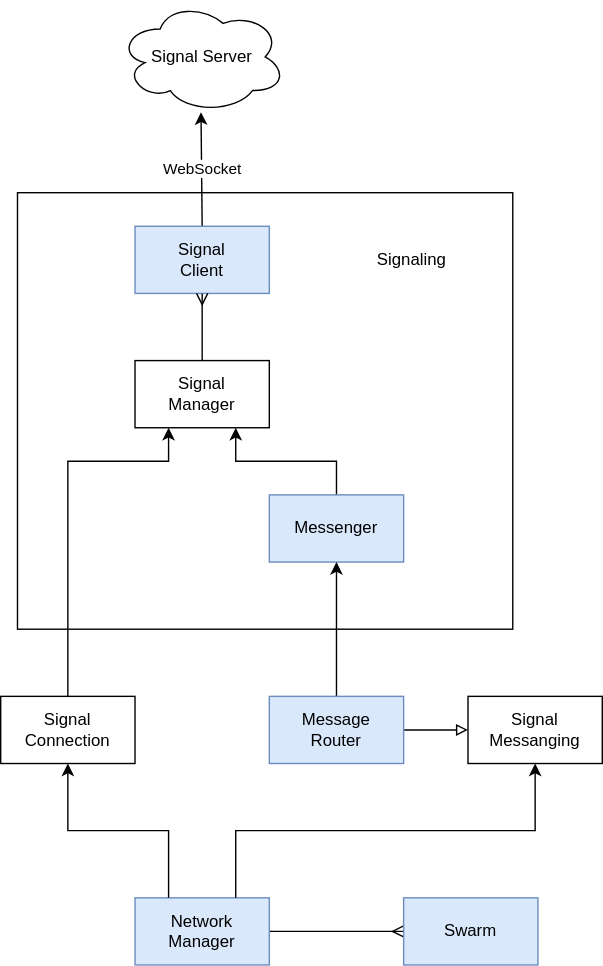
This is docs/design/diagrams/mesh-signaling.drawio.svg from dxos/dxos, a draw.io export, as it was before one commit. Source tidied: cells renumbered, new cells last; positions are measured from the earlier drawing's top-left corner, leaving out a move shared by most shapes.
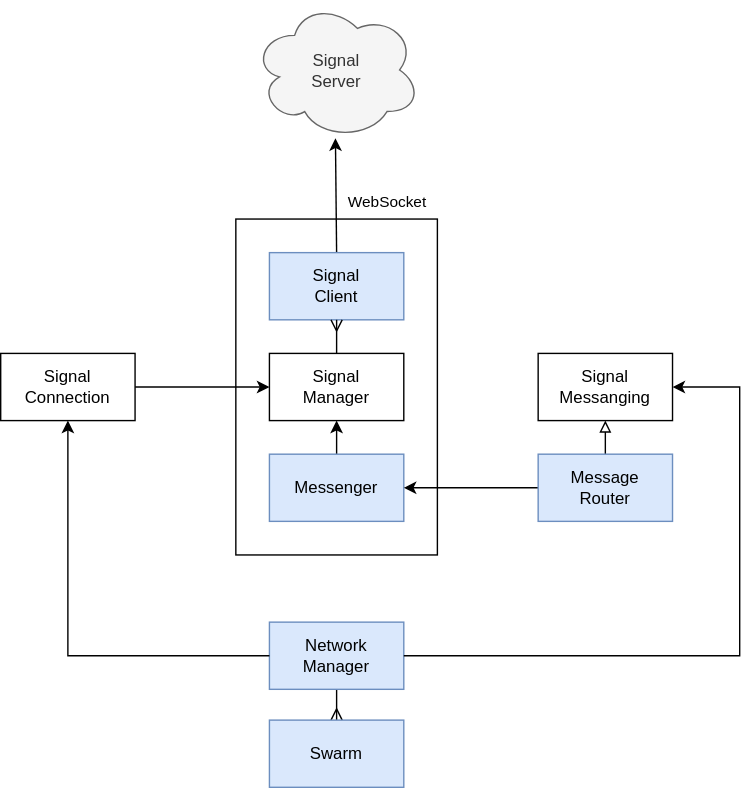
The same diagram one commit later.

What changed in the source:
```diff
@@ -2,17 +2,19 @@
   <root>
     <mxCell id="0" />
     <mxCell id="1" parent="0" />
-    <mxCell id="2" style="edgeStyle=orthogonalEdgeStyle;rounded=0;html=1;exitX=1;exitY=0.5;exitDx=0;exitDy=0;entryX=0;entryY=0.5;entryDx=0;entryDy=0;endArrow=ERmany;endFill=0;" parent="1" edge="1" source="3" target="21">
+    <mxCell id="2" style="edgeStyle=orthogonalEdgeStyle;rounded=0;html=1;endArrow=ERmany;endFill=0;" parent="1" edge="1" source="3" target="21">
       <mxGeometry relative="1" as="geometry" />
     </mxCell>
     <mxCell id="3" value="Network&lt;br&gt;Manager" style="rounded=0;whiteSpace=wrap;html=1;fillColor=#dae8fc;strokeColor=#6c8ebf;" parent="1" vertex="1">
-      <mxGeometry x="96" y="641" width="96" height="48" as="geometry" />
+      <mxGeometry x="96" y="425" width="96" height="48" as="geometry" />
     </mxCell>
     <mxCell id="4" style="rounded=0;whiteSpace=wrap;html=1;" parent="1" vertex="1">
-      <mxGeometry x="12" y="137" width="354" height="312" as="geometry" />
+      <mxGeometry x="72" y="137" width="144" height="240" as="geometry" />
     </mxCell>
     <mxCell id="5" value="WebSocket" style="edgeStyle=none;html=1;exitX=0.5;exitY=0;exitDx=0;exitDy=0;endArrow=classic;endFill=1;entryX=0.493;entryY=0.993;entryDx=0;entryDy=0;entryPerimeter=0;" parent="1" edge="1" source="6" target="9">
-      <mxGeometry relative="1" as="geometry" />
+      <mxGeometry x="-0.13" y="-36" relative="1" as="geometry">
+        <mxPoint y="1" as="offset" />
+      </mxGeometry>
     </mxCell>
     <mxCell id="6" value="Signal&lt;br&gt;Client" style="rounded=0;whiteSpace=wrap;html=1;fillColor=#dae8fc;strokeColor=#6c8ebf;" parent="1" vertex="1">
       <mxGeometry x="96" y="161" width="96" height="48" as="geometry" />
@@ -21,51 +23,52 @@
       <mxGeometry relative="1" as="geometry" />
     </mxCell>
     <mxCell id="8" value="Signal&lt;br&gt;Manager" style="rounded=0;whiteSpace=wrap;html=1;" parent="1" vertex="1">
-      <mxGeometry x="96" y="257" width="96" height="48" as="geometry" />
+      <mxGeometry x="96" y="233" width="96" height="48" as="geometry" />
     </mxCell>
-    <mxCell id="9" value="&lt;span&gt;Signal Server&lt;/span&gt;" style="ellipse;shape=cloud;whiteSpace=wrap;html=1;" parent="1" vertex="1">
-      <mxGeometry x="84" width="120" height="80" as="geometry" />
+    <mxCell id="9" value="&lt;span&gt;Signal&lt;br&gt;Server&lt;/span&gt;" style="ellipse;shape=cloud;whiteSpace=wrap;html=1;fillColor=#f5f5f5;fontColor=#333333;strokeColor=#666666;" parent="1" vertex="1">
+      <mxGeometry x="84" y="-19" width="120" height="99" as="geometry" />
     </mxCell>
-    <mxCell id="10" style="edgeStyle=orthogonalEdgeStyle;html=1;exitX=0.5;exitY=0;exitDx=0;exitDy=0;endArrow=classic;endFill=1;entryX=0.75;entryY=1;entryDx=0;entryDy=0;shadow=0;rounded=0;" parent="1" edge="1" source="11" target="8">
+    <mxCell id="10" style="edgeStyle=orthogonalEdgeStyle;html=1;exitX=0.5;exitY=0;exitDx=0;exitDy=0;endArrow=classic;endFill=1;shadow=0;rounded=0;" parent="1" edge="1" source="11" target="8">
       <mxGeometry relative="1" as="geometry" />
     </mxCell>
     <mxCell id="11" value="Messenger" style="rounded=0;whiteSpace=wrap;html=1;fillColor=#dae8fc;strokeColor=#6c8ebf;" parent="1" vertex="1">
-      <mxGeometry x="192" y="353" width="96" height="48" as="geometry" />
+      <mxGeometry x="96" y="305" width="96" height="48" as="geometry" />
     </mxCell>
-    <mxCell id="12" style="edgeStyle=orthogonalEdgeStyle;rounded=0;html=1;exitX=0.5;exitY=0;exitDx=0;exitDy=0;entryX=0.25;entryY=1;entryDx=0;entryDy=0;shadow=0;endArrow=classic;endFill=1;" parent="1" edge="1" source="13" target="8">
+    <mxCell id="12" style="edgeStyle=orthogonalEdgeStyle;rounded=0;html=1;shadow=0;endArrow=classic;endFill=1;" parent="1" edge="1" source="13" target="8">
       <mxGeometry relative="1" as="geometry">
         <Array as="points">
-          <mxPoint x="48" y="329" />
-          <mxPoint x="120" y="329" />
+          <mxPoint y="257" />
         </Array>
       </mxGeometry>
     </mxCell>
     <mxCell id="13" value="Signal&lt;br&gt;Connection" style="rounded=0;whiteSpace=wrap;html=1;" parent="1" vertex="1">
-      <mxGeometry y="497" width="96" height="48" as="geometry" />
+      <mxGeometry x="-96" y="233" width="96" height="48" as="geometry" />
     </mxCell>
     <mxCell id="14" value="Signal&lt;br&gt;Messanging" style="rounded=0;whiteSpace=wrap;html=1;" parent="1" vertex="1">
-      <mxGeometry x="334" y="497" width="96" height="48" as="geometry" />
+      <mxGeometry x="288" y="233" width="96" height="48" as="geometry" />
     </mxCell>
-    <mxCell id="15" value="Signaling" style="text;html=1;strokeColor=none;fillColor=none;align=center;verticalAlign=middle;whiteSpace=wrap;rounded=0;" parent="1" vertex="1">
-      <mxGeometry x="254" y="170" width="80" height="30" as="geometry" />
-    </mxCell>
-    <mxCell id="16" style="edgeStyle=orthogonalEdgeStyle;rounded=0;html=1;exitX=0.5;exitY=0;exitDx=0;exitDy=0;entryX=0.5;entryY=1;entryDx=0;entryDy=0;fontSize=37;endArrow=classic;endFill=1;" parent="1" edge="1" source="18" target="11">
+    <mxCell id="16" style="edgeStyle=orthogonalEdgeStyle;rounded=0;html=1;fontSize=37;endArrow=classic;endFill=1;" parent="1" edge="1" source="18" target="11">
       <mxGeometry relative="1" as="geometry" />
     </mxCell>
-    <mxCell id="17" style="edgeStyle=orthogonalEdgeStyle;rounded=0;html=1;exitX=1;exitY=0.5;exitDx=0;exitDy=0;entryX=0;entryY=0.5;entryDx=0;entryDy=0;fontSize=37;endArrow=block;endFill=0;" parent="1" edge="1" source="18" target="14">
+    <mxCell id="17" style="edgeStyle=orthogonalEdgeStyle;rounded=0;html=1;fontSize=37;endArrow=block;endFill=0;" parent="1" edge="1" source="18" target="14">
       <mxGeometry relative="1" as="geometry" />
     </mxCell>
     <mxCell id="18" value="Message&lt;br&gt;Router" style="rounded=0;whiteSpace=wrap;html=1;fillColor=#dae8fc;strokeColor=#6c8ebf;" parent="1" vertex="1">
-      <mxGeometry x="192" y="497" width="96" height="48" as="geometry" />
+      <mxGeometry x="288" y="305" width="96" height="48" as="geometry" />
     </mxCell>
-    <mxCell id="19" style="edgeStyle=orthogonalEdgeStyle;rounded=0;html=1;exitX=0.25;exitY=0;exitDx=0;exitDy=0;entryX=0.5;entryY=1;entryDx=0;entryDy=0;endArrow=classic;endFill=1;" parent="1" edge="1" source="3" target="13">
+    <mxCell id="19" style="edgeStyle=orthogonalEdgeStyle;rounded=0;html=1;entryX=0.5;entryY=1;entryDx=0;entryDy=0;endArrow=classic;endFill=1;" parent="1" edge="1" source="3" target="13">
       <mxGeometry relative="1" as="geometry" />
     </mxCell>
-    <mxCell id="20" style="edgeStyle=orthogonalEdgeStyle;rounded=0;html=1;exitX=0.75;exitY=0;exitDx=0;exitDy=0;entryX=0.5;entryY=1;entryDx=0;entryDy=0;endArrow=classic;endFill=1;" parent="1" edge="1" source="3" target="14">
-      <mxGeometry relative="1" as="geometry" />
+    <mxCell id="20" style="edgeStyle=orthogonalEdgeStyle;rounded=0;html=1;endArrow=classic;endFill=1;" parent="1" edge="1" source="3" target="14">
+      <mxGeometry relative="1" as="geometry">
+        <Array as="points">
+          <mxPoint x="432" y="449" />
+          <mxPoint x="432" y="257" />
+        </Array>
+      </mxGeometry>
     </mxCell>
     <mxCell id="21" value="Swarm" style="rounded=0;whiteSpace=wrap;html=1;fillColor=#dae8fc;strokeColor=#6c8ebf;" parent="1" vertex="1">
-      <mxGeometry x="288" y="641" width="96" height="48" as="geometry" />
+      <mxGeometry x="96" y="495" width="96" height="48" as="geometry" />
     </mxCell>
   </root>
 </mxGraphModel>
```
